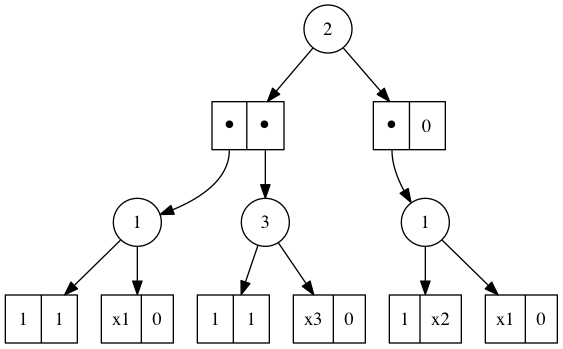
This is dotG/test1/f=1.dot.png from fangbq/SFDD, a Graphviz export, as it was before one commit. Its source is kept beside it as dotG/test1/f=1.dot.
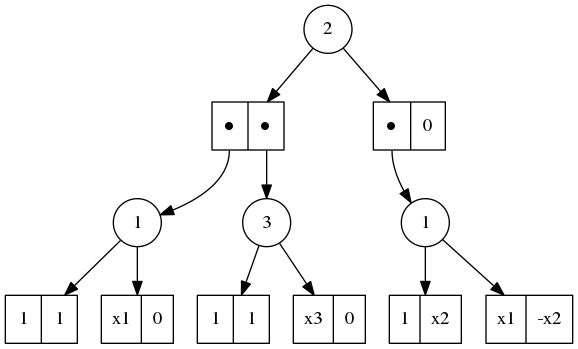
The same file after the commit.

The edit, as a diff of the source:
```diff
@@ -21,5 +21,5 @@
 	Dec_2_3 -> Ele_3_5
 	Ele_3_5 [shape=record,label="<f0> 1|<f1> x2"]
 	Dec_2_3 -> Ele_3_6
-	Ele_3_6 [shape=record,label="<f0> x1|<f1> 0"]
+	Ele_3_6 [shape=record,label="<f0> x1|<f1> -x2"]
 }
```
